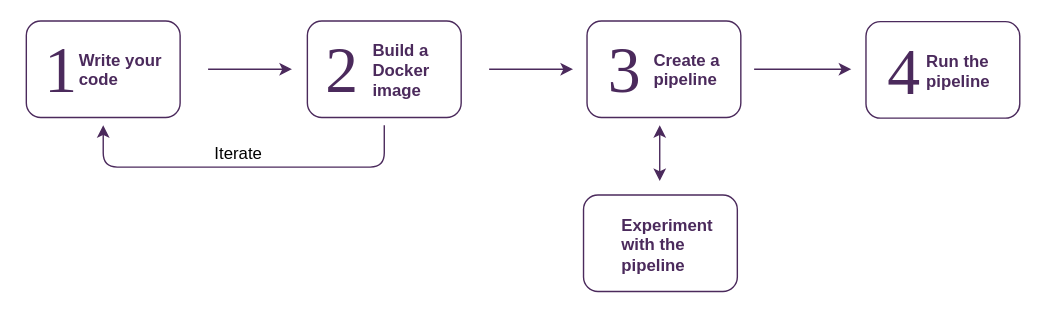
This is doc/docs/1.10.x/assets/images/d_steps_analysis_pipeline.svg from pachyderm/pachyderm, a draw.io export, as it was before one commit. Source tidied: cells renumbered, new cells last; positions are measured from the earlier drawing's top-left corner, leaving out a move shared by most shapes. The source it was exported from:
```xml
<mxGraphModel>
  <root>
    <mxCell id="0" />
    <mxCell id="1" parent="0" />
    <mxCell id="2" style="group;" parent="1" vertex="1">
      <mxGeometry width="750" height="230" as="geometry" />
    </mxCell>
    <mxCell id="3" style="rounded=0;whiteSpace=wrap;html=1;strokeColor=none;fillColor=none;" parent="2" vertex="1">
      <mxGeometry width="750" height="230" as="geometry" />
    </mxCell>
    <mxCell id="4" style="group;" parent="2" vertex="1">
      <mxGeometry x="18" y="14.5" width="715.5" height="104.5" as="geometry" />
    </mxCell>
    <mxCell id="5" style="endArrow=classic;html=1;strokeColor=#4B2A5C;" parent="4" edge="1">
      <mxGeometry relative="1" as="geometry">
        <mxPoint x="130" y="34.5" as="sourcePoint" />
        <mxPoint x="190" y="34.5" as="targetPoint" />
      </mxGeometry>
    </mxCell>
    <mxCell id="6" style="rounded=1;whiteSpace=wrap;html=1;fillColor=#FFFFFF;strokeColor=#4B2A5C;fontColor=#ffffff;strokeWidth=1;fontStyle=1;" parent="4" vertex="1">
      <mxGeometry x="201" width="110" height="69" as="geometry" />
    </mxCell>
    <mxCell id="7" value="&lt;font color=&quot;#4b2a5c&quot;&gt;Build a Docker image&lt;/font&gt;" style="text;html=1;strokeColor=none;fillColor=none;align=left;verticalAlign=middle;whiteSpace=wrap;rounded=0;fontStyle=1;" parent="4" vertex="1">
      <mxGeometry x="246" y="29.5" width="60" height="10" as="geometry" />
    </mxCell>
    <mxCell id="8" style="endArrow=classic;html=1;strokeColor=#4B2A5C;" parent="4" edge="1">
      <mxGeometry relative="1" as="geometry">
        <mxPoint x="331" y="34.5" as="sourcePoint" />
        <mxPoint x="391" y="34.5" as="targetPoint" />
      </mxGeometry>
    </mxCell>
    <mxCell id="9" value="&lt;font style=&quot;font-size: 47px&quot; face=&quot;Verdana&quot; color=&quot;#4b2a5c&quot;&gt;2&lt;/font&gt;" style="text;html=1;strokeColor=none;fillColor=none;align=center;verticalAlign=middle;whiteSpace=wrap;rounded=0;" parent="4" vertex="1">
      <mxGeometry x="206" y="24.5" width="40" height="20" as="geometry" />
    </mxCell>
    <mxCell id="10" style="group;" parent="4" vertex="1">
      <mxGeometry width="110" height="69" as="geometry" />
    </mxCell>
    <mxCell id="11" style="rounded=1;whiteSpace=wrap;html=1;fillColor=#FFFFFF;strokeColor=#4B2A5C;fontColor=#ffffff;strokeWidth=1;fontStyle=1;" parent="10" vertex="1">
      <mxGeometry width="110" height="69" as="geometry" />
    </mxCell>
    <mxCell id="12" value="&lt;font color=&quot;#4b2a5c&quot;&gt;Write your code&lt;/font&gt;" style="text;html=1;strokeColor=none;fillColor=none;align=left;verticalAlign=middle;whiteSpace=wrap;rounded=0;fontStyle=1;" parent="10" vertex="1">
      <mxGeometry x="36" y="29.5" width="74" height="10" as="geometry" />
    </mxCell>
    <mxCell id="13" value="&lt;font style=&quot;font-size: 47px&quot; face=&quot;Verdana&quot; color=&quot;#4b2a5c&quot;&gt;1&lt;/font&gt;" style="text;html=1;strokeColor=none;fillColor=none;align=center;verticalAlign=middle;whiteSpace=wrap;rounded=0;" parent="10" vertex="1">
      <mxGeometry x="5" y="24.5" width="40" height="20" as="geometry" />
    </mxCell>
    <mxCell id="14" style="rounded=1;whiteSpace=wrap;html=1;fillColor=#FFFFFF;strokeColor=#4B2A5C;fontColor=#ffffff;strokeWidth=1;fontStyle=1;" parent="4" vertex="1">
      <mxGeometry x="401" width="110" height="69" as="geometry" />
    </mxCell>
    <mxCell id="15" value="&lt;font color=&quot;#4b2a5c&quot;&gt;Create a pipeline&lt;/font&gt;" style="text;html=1;strokeColor=none;fillColor=none;align=left;verticalAlign=middle;whiteSpace=wrap;rounded=0;fontStyle=1;" parent="4" vertex="1">
      <mxGeometry x="447" y="29.5" width="74" height="10" as="geometry" />
    </mxCell>
    <mxCell id="16" value="&lt;font style=&quot;font-size: 47px&quot; face=&quot;Verdana&quot; color=&quot;#4b2a5c&quot;&gt;3&lt;/font&gt;" style="text;html=1;strokeColor=none;fillColor=none;align=center;verticalAlign=middle;whiteSpace=wrap;rounded=0;" parent="4" vertex="1">
      <mxGeometry x="408" y="24.5" width="40" height="20" as="geometry" />
    </mxCell>
    <mxCell id="17" style="edgeStyle=orthogonalEdgeStyle;rounded=0;orthogonalLoop=1;jettySize=auto;html=1;strokeColor=#4B2A5C;" parent="4" edge="1">
      <mxGeometry relative="1" as="geometry">
        <mxPoint x="520.5" y="34.5" as="sourcePoint" />
        <mxPoint x="590" y="34.5" as="targetPoint" />
      </mxGeometry>
    </mxCell>
    <mxCell id="18" style="rounded=1;whiteSpace=wrap;html=1;fillColor=#FFFFFF;strokeColor=#4B2A5C;fontColor=#ffffff;strokeWidth=1;fontStyle=1;" parent="4" vertex="1">
      <mxGeometry x="600.5" y="0.5" width="110" height="69" as="geometry" />
    </mxCell>
    <mxCell id="19" value="&lt;font color=&quot;#4b2a5c&quot;&gt;Run the pipeline&lt;/font&gt;" style="text;html=1;strokeColor=none;fillColor=none;align=left;verticalAlign=middle;whiteSpace=wrap;rounded=0;fontStyle=1;" parent="4" vertex="1">
      <mxGeometry x="641.5" y="30" width="74" height="10" as="geometry" />
    </mxCell>
    <mxCell id="20" value="&lt;font style=&quot;font-size: 47px&quot; face=&quot;Verdana&quot; color=&quot;#4b2a5c&quot;&gt;4&lt;/font&gt;" style="text;html=1;strokeColor=none;fillColor=none;align=center;verticalAlign=middle;whiteSpace=wrap;rounded=0;" parent="4" vertex="1">
      <mxGeometry x="607.5" y="25" width="40" height="20" as="geometry" />
    </mxCell>
    <mxCell id="21" style="endArrow=classic;html=1;edgeStyle=orthogonalEdgeStyle;strokeColor=#4b2a5c;" parent="4" edge="1">
      <mxGeometry relative="1" as="geometry">
        <mxPoint x="256" y="74.5" as="sourcePoint" />
        <mxPoint x="55" y="74.5" as="targetPoint" />
        <Array as="points">
          <mxPoint x="256" y="104.5" />
          <mxPoint x="55" y="104.5" />
        </Array>
      </mxGeometry>
    </mxCell>
    <mxCell id="22" value="Iterate" style="text;html=1;strokeColor=none;fillColor=none;align=center;verticalAlign=middle;whiteSpace=wrap;rounded=0;" parent="4" vertex="1">
      <mxGeometry x="131" y="84.5" width="40" height="20" as="geometry" />
    </mxCell>
    <mxCell id="23" style="edgeStyle=orthogonalEdgeStyle;rounded=0;orthogonalLoop=1;jettySize=auto;html=1;strokeColor=#4B2A5C;startArrow=classic;startFill=1;" parent="4" edge="1">
      <mxGeometry relative="1" as="geometry">
        <mxPoint x="453" y="74.5" as="sourcePoint" />
        <mxPoint x="453" y="114.5" as="targetPoint" />
      </mxGeometry>
    </mxCell>
    <mxCell id="24" style="rounded=1;whiteSpace=wrap;html=1;fillColor=#FFFFFF;strokeColor=#4B2A5C;fontColor=#ffffff;strokeWidth=1;fontStyle=1;" parent="2" vertex="1">
      <mxGeometry x="416.5" y="139" width="110" height="69" as="geometry" />
    </mxCell>
    <mxCell id="25" value="&lt;font color=&quot;#4b2a5c&quot;&gt;Experiment with the pipeline&lt;/font&gt;" style="text;html=1;strokeColor=none;fillColor=none;align=left;verticalAlign=middle;whiteSpace=wrap;rounded=0;fontStyle=1;" parent="2" vertex="1">
      <mxGeometry x="442" y="168.5" width="74" height="10" as="geometry" />
    </mxCell>
  </root>
</mxGraphModel>
```
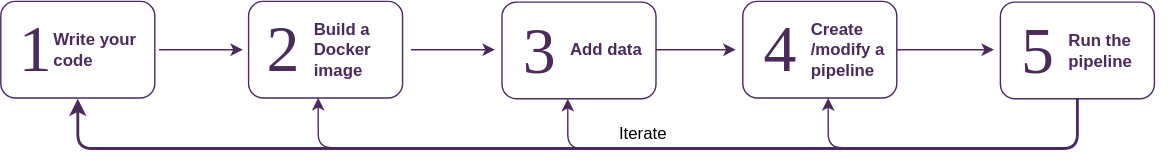
After the commit.

Commit message:
[DOC] Clarify the loading data to pachyderm section

The edit, as a diff of the source:
```diff
@@ -2,96 +2,118 @@
   <root>
     <mxCell id="0" />
     <mxCell id="1" parent="0" />
-    <mxCell id="2" style="group;" parent="1" vertex="1">
-      <mxGeometry width="750" height="230" as="geometry" />
+    <mxCell id="2" style="rounded=1;whiteSpace=wrap;html=1;fillColor=#FFFFFF;strokeColor=#4B2A5C;fontColor=#ffffff;strokeWidth=1;fontStyle=1;" parent="1" vertex="1">
+      <mxGeometry width="110" height="69" as="geometry" />
     </mxCell>
-    <mxCell id="3" style="rounded=0;whiteSpace=wrap;html=1;strokeColor=none;fillColor=none;" parent="2" vertex="1">
-      <mxGeometry width="750" height="230" as="geometry" />
+    <mxCell id="3" style="group;" parent="1" vertex="1">
+      <mxGeometry x="-714" y="-0.5" width="715.5" height="104.5" as="geometry" />
     </mxCell>
-    <mxCell id="4" style="group;" parent="2" vertex="1">
-      <mxGeometry x="18" y="14.5" width="715.5" height="104.5" as="geometry" />
+    <mxCell id="4" style="endArrow=classic;html=1;strokeColor=#4B2A5C;" parent="3" edge="1">
+      <mxGeometry relative="1" as="geometry">
+        <mxPoint x="113" y="34.5" as="sourcePoint" />
+        <mxPoint x="173" y="34.5" as="targetPoint" />
+      </mxGeometry>
     </mxCell>
-    <mxCell id="5" style="endArrow=classic;html=1;strokeColor=#4B2A5C;" parent="4" edge="1">
-      <mxGeometry relative="1" as="geometry">
-        <mxPoint x="130" y="34.5" as="sourcePoint" />
-        <mxPoint x="190" y="34.5" as="targetPoint" />
-      </mxGeometry>
+    <mxCell id="5" style="rounded=1;whiteSpace=wrap;html=1;fillColor=#FFFFFF;strokeColor=#4B2A5C;fontColor=#ffffff;strokeWidth=1;fontStyle=1;" parent="3" vertex="1">
+      <mxGeometry x="177" width="110" height="69" as="geometry" />
     </mxCell>
-    <mxCell id="6" style="rounded=1;whiteSpace=wrap;html=1;fillColor=#FFFFFF;strokeColor=#4B2A5C;fontColor=#ffffff;strokeWidth=1;fontStyle=1;" parent="4" vertex="1">
-      <mxGeometry x="201" width="110" height="69" as="geometry" />
+    <mxCell id="6" value="&lt;font color=&quot;#4b2a5c&quot;&gt;Build a Docker image&lt;/font&gt;" style="text;html=1;strokeColor=none;fillColor=none;align=left;verticalAlign=middle;whiteSpace=wrap;rounded=0;fontStyle=1;" parent="3" vertex="1">
+      <mxGeometry x="222" y="29.5" width="60" height="10" as="geometry" />
     </mxCell>
-    <mxCell id="7" value="&lt;font color=&quot;#4b2a5c&quot;&gt;Build a Docker image&lt;/font&gt;" style="text;html=1;strokeColor=none;fillColor=none;align=left;verticalAlign=middle;whiteSpace=wrap;rounded=0;fontStyle=1;" parent="4" vertex="1">
-      <mxGeometry x="246" y="29.5" width="60" height="10" as="geometry" />
+    <mxCell id="7" style="endArrow=classic;html=1;strokeColor=#4B2A5C;" parent="3" edge="1">
+      <mxGeometry relative="1" as="geometry">
+        <mxPoint x="465" y="34.5" as="sourcePoint" />
+        <mxPoint x="525" y="34.5" as="targetPoint" />
+      </mxGeometry>
     </mxCell>
-    <mxCell id="8" style="endArrow=classic;html=1;strokeColor=#4B2A5C;" parent="4" edge="1">
-      <mxGeometry relative="1" as="geometry">
-        <mxPoint x="331" y="34.5" as="sourcePoint" />
-        <mxPoint x="391" y="34.5" as="targetPoint" />
-      </mxGeometry>
+    <mxCell id="8" value="&lt;font style=&quot;font-size: 47px&quot; face=&quot;Verdana&quot; color=&quot;#4b2a5c&quot;&gt;2&lt;/font&gt;" style="text;html=1;strokeColor=none;fillColor=none;align=center;verticalAlign=middle;whiteSpace=wrap;rounded=0;" parent="3" vertex="1">
+      <mxGeometry x="182" y="24.5" width="40" height="20" as="geometry" />
     </mxCell>
-    <mxCell id="9" value="&lt;font style=&quot;font-size: 47px&quot; face=&quot;Verdana&quot; color=&quot;#4b2a5c&quot;&gt;2&lt;/font&gt;" style="text;html=1;strokeColor=none;fillColor=none;align=center;verticalAlign=middle;whiteSpace=wrap;rounded=0;" parent="4" vertex="1">
-      <mxGeometry x="206" y="24.5" width="40" height="20" as="geometry" />
+    <mxCell id="9" style="group;" parent="3" vertex="1">
+      <mxGeometry width="110" height="69" as="geometry" />
     </mxCell>
-    <mxCell id="10" style="group;" parent="4" vertex="1">
+    <mxCell id="10" style="rounded=1;whiteSpace=wrap;html=1;fillColor=#FFFFFF;strokeColor=#4B2A5C;fontColor=#ffffff;strokeWidth=1;fontStyle=1;" parent="9" vertex="1">
       <mxGeometry width="110" height="69" as="geometry" />
     </mxCell>
-    <mxCell id="11" style="rounded=1;whiteSpace=wrap;html=1;fillColor=#FFFFFF;strokeColor=#4B2A5C;fontColor=#ffffff;strokeWidth=1;fontStyle=1;" parent="10" vertex="1">
-      <mxGeometry width="110" height="69" as="geometry" />
+    <mxCell id="11" value="&lt;font color=&quot;#4b2a5c&quot;&gt;Write your code&lt;/font&gt;" style="text;html=1;strokeColor=none;fillColor=none;align=left;verticalAlign=middle;whiteSpace=wrap;rounded=0;fontStyle=1;" parent="9" vertex="1">
+      <mxGeometry x="36" y="29.5" width="74" height="10" as="geometry" />
     </mxCell>
-    <mxCell id="12" value="&lt;font color=&quot;#4b2a5c&quot;&gt;Write your code&lt;/font&gt;" style="text;html=1;strokeColor=none;fillColor=none;align=left;verticalAlign=middle;whiteSpace=wrap;rounded=0;fontStyle=1;" parent="10" vertex="1">
-      <mxGeometry x="36" y="29.5" width="74" height="10" as="geometry" />
+    <mxCell id="12" value="&lt;font style=&quot;font-size: 47px&quot; face=&quot;Verdana&quot; color=&quot;#4b2a5c&quot;&gt;1&lt;/font&gt;" style="text;html=1;strokeColor=none;fillColor=none;align=center;verticalAlign=middle;whiteSpace=wrap;rounded=0;" parent="9" vertex="1">
+      <mxGeometry x="5" y="24.5" width="40" height="20" as="geometry" />
     </mxCell>
-    <mxCell id="13" value="&lt;font style=&quot;font-size: 47px&quot; face=&quot;Verdana&quot; color=&quot;#4b2a5c&quot;&gt;1&lt;/font&gt;" style="text;html=1;strokeColor=none;fillColor=none;align=center;verticalAlign=middle;whiteSpace=wrap;rounded=0;" parent="10" vertex="1">
-      <mxGeometry x="5" y="24.5" width="40" height="20" as="geometry" />
+    <mxCell id="13" style="rounded=1;whiteSpace=wrap;html=1;fillColor=#FFFFFF;strokeColor=#4B2A5C;fontColor=#ffffff;strokeWidth=1;fontStyle=1;" parent="3" vertex="1">
+      <mxGeometry x="530" width="110" height="69" as="geometry" />
     </mxCell>
-    <mxCell id="14" style="rounded=1;whiteSpace=wrap;html=1;fillColor=#FFFFFF;strokeColor=#4B2A5C;fontColor=#ffffff;strokeWidth=1;fontStyle=1;" parent="4" vertex="1">
-      <mxGeometry x="401" width="110" height="69" as="geometry" />
+    <mxCell id="14" value="&lt;font color=&quot;#4b2a5c&quot;&gt;Create&lt;br&gt;/modify a pipeline&lt;/font&gt;" style="text;html=1;strokeColor=none;fillColor=none;align=left;verticalAlign=middle;whiteSpace=wrap;rounded=0;fontStyle=1;" parent="3" vertex="1">
+      <mxGeometry x="577" y="29.5" width="74" height="10" as="geometry" />
     </mxCell>
-    <mxCell id="15" value="&lt;font color=&quot;#4b2a5c&quot;&gt;Create a pipeline&lt;/font&gt;" style="text;html=1;strokeColor=none;fillColor=none;align=left;verticalAlign=middle;whiteSpace=wrap;rounded=0;fontStyle=1;" parent="4" vertex="1">
-      <mxGeometry x="447" y="29.5" width="74" height="10" as="geometry" />
+    <mxCell id="15" value="&lt;font style=&quot;font-size: 47px&quot; face=&quot;Verdana&quot; color=&quot;#4b2a5c&quot;&gt;4&lt;/font&gt;" style="text;html=1;strokeColor=none;fillColor=none;align=center;verticalAlign=middle;whiteSpace=wrap;rounded=0;" parent="3" vertex="1">
+      <mxGeometry x="537" y="24.5" width="40" height="20" as="geometry" />
     </mxCell>
-    <mxCell id="16" value="&lt;font style=&quot;font-size: 47px&quot; face=&quot;Verdana&quot; color=&quot;#4b2a5c&quot;&gt;3&lt;/font&gt;" style="text;html=1;strokeColor=none;fillColor=none;align=center;verticalAlign=middle;whiteSpace=wrap;rounded=0;" parent="4" vertex="1">
-      <mxGeometry x="408" y="24.5" width="40" height="20" as="geometry" />
+    <mxCell id="16" style="endArrow=classic;html=1;edgeStyle=orthogonalEdgeStyle;strokeColor=#4b2a5c;exitX=0.5;exitY=1;exitDx=0;exitDy=0;strokeWidth=2;" parent="3" edge="1" source="2">
+      <mxGeometry relative="1" as="geometry">
+        <mxPoint x="55" y="69.5" as="targetPoint" />
+        <Array as="points">
+          <mxPoint x="769" y="105" />
+          <mxPoint x="55" y="105" />
+        </Array>
+      </mxGeometry>
     </mxCell>
-    <mxCell id="17" style="edgeStyle=orthogonalEdgeStyle;rounded=0;orthogonalLoop=1;jettySize=auto;html=1;strokeColor=#4B2A5C;" parent="4" edge="1">
-      <mxGeometry relative="1" as="geometry">
-        <mxPoint x="520.5" y="34.5" as="sourcePoint" />
-        <mxPoint x="590" y="34.5" as="targetPoint" />
-      </mxGeometry>
+    <mxCell id="17" value="Iterate" style="text;html=1;strokeColor=none;fillColor=none;align=center;verticalAlign=middle;whiteSpace=wrap;rounded=0;" parent="3" vertex="1">
+      <mxGeometry x="439" y="84.5" width="40" height="20" as="geometry" />
     </mxCell>
-    <mxCell id="18" style="rounded=1;whiteSpace=wrap;html=1;fillColor=#FFFFFF;strokeColor=#4B2A5C;fontColor=#ffffff;strokeWidth=1;fontStyle=1;" parent="4" vertex="1">
-      <mxGeometry x="600.5" y="0.5" width="110" height="69" as="geometry" />
+    <mxCell id="18" style="endArrow=classic;html=1;strokeColor=#4B2A5C;" parent="3" edge="1">
+      <mxGeometry relative="1" as="geometry">
+        <mxPoint x="293" y="34.5" as="sourcePoint" />
+        <mxPoint x="353" y="34.5" as="targetPoint" />
+      </mxGeometry>
     </mxCell>
-    <mxCell id="19" value="&lt;font color=&quot;#4b2a5c&quot;&gt;Run the pipeline&lt;/font&gt;" style="text;html=1;strokeColor=none;fillColor=none;align=left;verticalAlign=middle;whiteSpace=wrap;rounded=0;fontStyle=1;" parent="4" vertex="1">
-      <mxGeometry x="641.5" y="30" width="74" height="10" as="geometry" />
+    <mxCell id="19" style="rounded=1;whiteSpace=wrap;html=1;fillColor=#FFFFFF;strokeColor=#4B2A5C;fontColor=#ffffff;strokeWidth=1;fontStyle=1;" parent="3" vertex="1">
+      <mxGeometry x="358" y="0.5" width="110" height="69" as="geometry" />
     </mxCell>
-    <mxCell id="20" value="&lt;font style=&quot;font-size: 47px&quot; face=&quot;Verdana&quot; color=&quot;#4b2a5c&quot;&gt;4&lt;/font&gt;" style="text;html=1;strokeColor=none;fillColor=none;align=center;verticalAlign=middle;whiteSpace=wrap;rounded=0;" parent="4" vertex="1">
-      <mxGeometry x="607.5" y="25" width="40" height="20" as="geometry" />
+    <mxCell id="20" value="&lt;font style=&quot;font-size: 47px&quot; face=&quot;Verdana&quot; color=&quot;#4b2a5c&quot;&gt;3&lt;/font&gt;" style="text;html=1;strokeColor=none;fillColor=none;align=center;verticalAlign=middle;whiteSpace=wrap;rounded=0;" parent="3" vertex="1">
+      <mxGeometry x="365" y="25" width="40" height="20" as="geometry" />
     </mxCell>
-    <mxCell id="21" style="endArrow=classic;html=1;edgeStyle=orthogonalEdgeStyle;strokeColor=#4b2a5c;" parent="4" edge="1">
-      <mxGeometry relative="1" as="geometry">
-        <mxPoint x="256" y="74.5" as="sourcePoint" />
-        <mxPoint x="55" y="74.5" as="targetPoint" />
-        <Array as="points">
-          <mxPoint x="256" y="104.5" />
-          <mxPoint x="55" y="104.5" />
-        </Array>
-      </mxGeometry>
+    <mxCell id="21" value="&lt;font color=&quot;#4b2a5c&quot;&gt;Add data&lt;/font&gt;" style="text;html=1;strokeColor=none;fillColor=none;align=left;verticalAlign=middle;whiteSpace=wrap;rounded=0;fontStyle=1;" parent="3" vertex="1">
+      <mxGeometry x="405" y="29.5" width="74" height="10" as="geometry" />
     </mxCell>
-    <mxCell id="22" value="Iterate" style="text;html=1;strokeColor=none;fillColor=none;align=center;verticalAlign=middle;whiteSpace=wrap;rounded=0;" parent="4" vertex="1">
-      <mxGeometry x="131" y="84.5" width="40" height="20" as="geometry" />
+    <mxCell id="22" style="endArrow=classic;html=1;strokeColor=#4b2a5c;edgeStyle=orthogonalEdgeStyle;" parent="3" edge="1">
+      <mxGeometry relative="1" as="geometry">
+        <mxPoint x="651" y="104.5" as="sourcePoint" />
+        <mxPoint x="591" y="69" as="targetPoint" />
+        <Array as="points">
+          <mxPoint x="591" y="105" />
+        </Array>
+      </mxGeometry>
     </mxCell>
-    <mxCell id="23" style="edgeStyle=orthogonalEdgeStyle;rounded=0;orthogonalLoop=1;jettySize=auto;html=1;strokeColor=#4B2A5C;startArrow=classic;startFill=1;" parent="4" edge="1">
+    <mxCell id="23" style="endArrow=classic;html=1;strokeColor=#4b2a5c;edgeStyle=orthogonalEdgeStyle;" parent="3" edge="1">
       <mxGeometry relative="1" as="geometry">
-        <mxPoint x="453" y="74.5" as="sourcePoint" />
-        <mxPoint x="453" y="114.5" as="targetPoint" />
+        <mxPoint x="465" y="105" as="sourcePoint" />
+        <mxPoint x="405" y="69.5" as="targetPoint" />
+        <Array as="points">
+          <mxPoint x="405" y="105.5" />
+        </Array>
       </mxGeometry>
     </mxCell>
-    <mxCell id="24" style="rounded=1;whiteSpace=wrap;html=1;fillColor=#FFFFFF;strokeColor=#4B2A5C;fontColor=#ffffff;strokeWidth=1;fontStyle=1;" parent="2" vertex="1">
-      <mxGeometry x="416.5" y="139" width="110" height="69" as="geometry" />
+    <mxCell id="24" style="edgeStyle=orthogonalEdgeStyle;rounded=0;orthogonalLoop=1;jettySize=auto;html=1;strokeColor=#4B2A5C;" parent="1" edge="1">
+      <mxGeometry relative="1" as="geometry">
+        <mxPoint x="-74" y="34" as="sourcePoint" />
+        <mxPoint x="-4.5" y="34" as="targetPoint" />
+      </mxGeometry>
     </mxCell>
-    <mxCell id="25" value="&lt;font color=&quot;#4b2a5c&quot;&gt;Experiment with the pipeline&lt;/font&gt;" style="text;html=1;strokeColor=none;fillColor=none;align=left;verticalAlign=middle;whiteSpace=wrap;rounded=0;fontStyle=1;" parent="2" vertex="1">
-      <mxGeometry x="442" y="168.5" width="74" height="10" as="geometry" />
+    <mxCell id="25" value="&lt;font style=&quot;font-size: 47px&quot; face=&quot;Verdana&quot; color=&quot;#4b2a5c&quot;&gt;5&lt;/font&gt;" style="text;html=1;strokeColor=none;fillColor=none;align=center;verticalAlign=middle;whiteSpace=wrap;rounded=0;" parent="1" vertex="1">
+      <mxGeometry x="7" y="24.5" width="40" height="20" as="geometry" />
     </mxCell>
+    <mxCell id="26" value="&lt;font color=&quot;#4b2a5c&quot;&gt;Run the pipeline&lt;/font&gt;" style="text;html=1;strokeColor=none;fillColor=none;align=left;verticalAlign=middle;whiteSpace=wrap;rounded=0;fontStyle=1;" parent="1" vertex="1">
+      <mxGeometry x="47" y="29.5" width="74" height="10" as="geometry" />
+    </mxCell>
+    <mxCell id="27" style="endArrow=classic;html=1;strokeColor=#4b2a5c;edgeStyle=orthogonalEdgeStyle;entryX=0.452;entryY=0.997;entryDx=0;entryDy=0;entryPerimeter=0;" parent="1" edge="1" target="5">
+      <mxGeometry relative="1" as="geometry">
+        <mxPoint x="-427" y="104" as="sourcePoint" />
+        <Array as="points">
+          <mxPoint x="-487" y="104" />
+        </Array>
+      </mxGeometry>
+    </mxCell>
   </root>
 </mxGraphModel>
```
